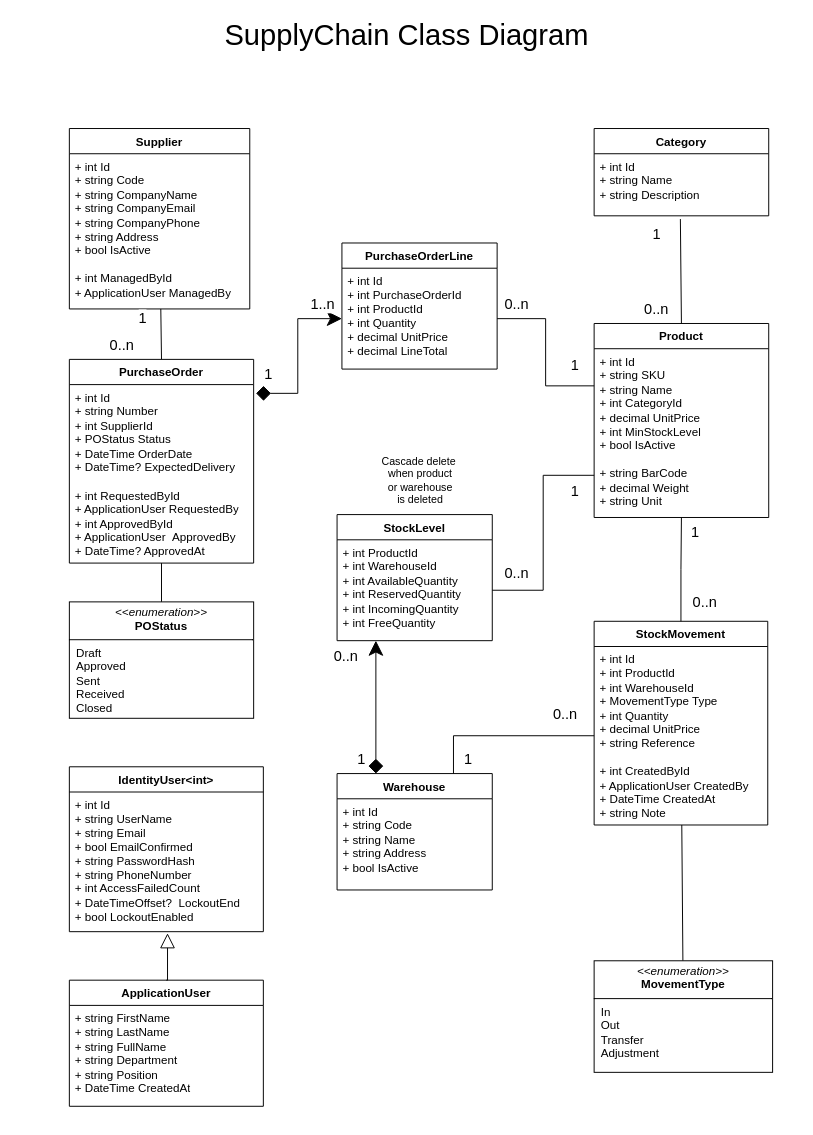
Before: doc/uml/ClassDiagram_SupplyChain.drawio in Juzba/SupplyChain, a draw.io diagram. Source tidied: cells renumbered, new cells numbered last; positions are measured from the earlier drawing's top-left corner, leaving out a move shared by most shapes. Both pictures are drawn from the tidied source at 97%, with x=0, y=0 at pixel (16, 19).
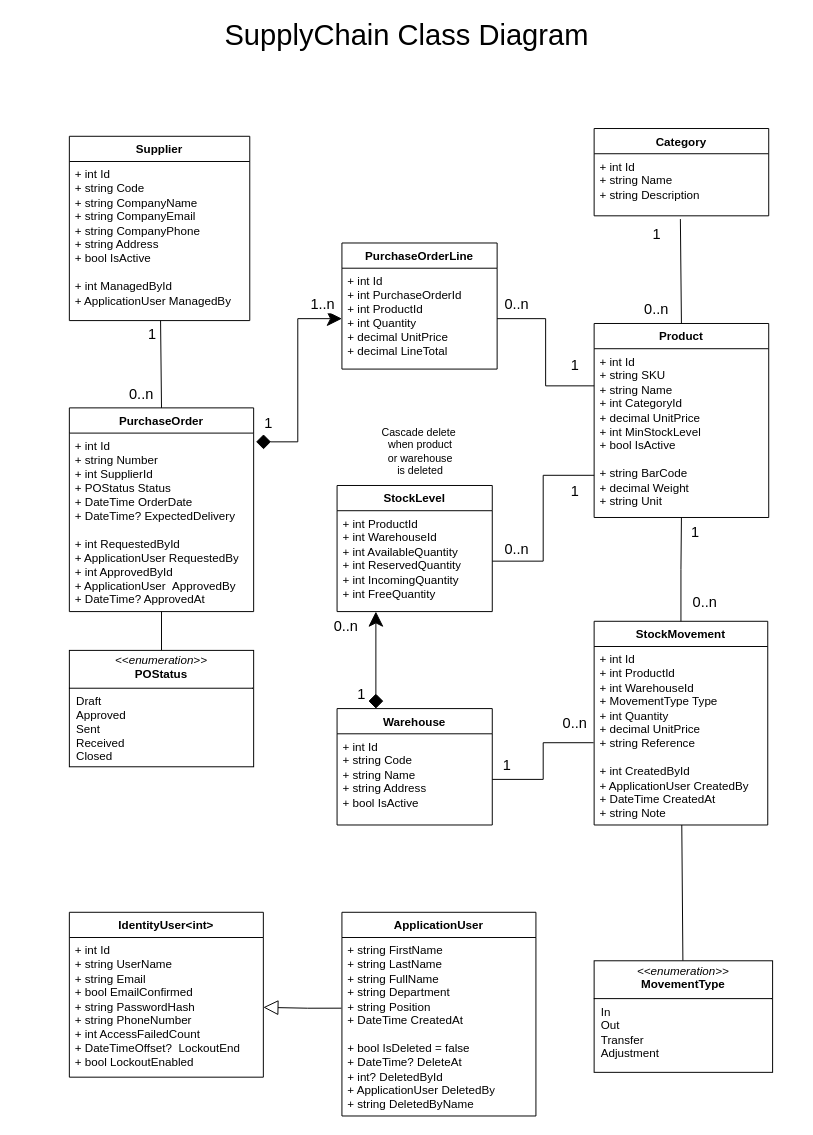
After the change.

Unchanged cells that the change refers to:
```xml
<mxCell id="7" value="+ int Id&lt;div&gt;+ string Code&lt;/div&gt;&lt;div&gt;+ string Name&lt;/div&gt;&lt;div&gt;+ string Address&lt;/div&gt;&lt;div&gt;+ bool IsActive&lt;/div&gt;" style="text;strokeColor=none;fillColor=none;align=left;verticalAlign=top;spacingLeft=4;spacingRight=4;overflow=hidden;portConstraint=eastwest;whiteSpace=wrap;html=1;" parent="6" vertex="1">
  <mxGeometry y="26" width="160" height="94" as="geometry" />
</mxCell>
<mxCell id="10" value="+ int Id&lt;div&gt;+ int ProductId&lt;/div&gt;&lt;div&gt;+ int WarehouseId&lt;/div&gt;&lt;div&gt;+ MovementType Type&lt;/div&gt;&lt;div&gt;+ int Quantity&lt;/div&gt;&lt;div&gt;+ decimal UnitPrice&lt;/div&gt;&lt;div&gt;+ string Reference&lt;/div&gt;&lt;div&gt;&lt;br&gt;&lt;/div&gt;&lt;div&gt;+ int CreatedById&lt;/div&gt;&lt;div&gt;+ ApplicationUser CreatedBy&lt;/div&gt;&lt;div&gt;+ DateTime CreatedAt&lt;/div&gt;&lt;div&gt;+ string Note&lt;/div&gt;" style="text;strokeColor=none;fillColor=none;align=left;verticalAlign=top;spacingLeft=4;spacingRight=4;overflow=hidden;portConstraint=eastwest;whiteSpace=wrap;html=1;" parent="9" vertex="1">
  <mxGeometry y="26" width="179" height="184" as="geometry" />
</mxCell>
<mxCell id="28" value="+ int Id&lt;br&gt;+ string UserName&lt;div&gt;+ string Email&lt;/div&gt;&lt;div&gt;+ bool EmailConfirmed&lt;/div&gt;&lt;div&gt;+ string PasswordHash&lt;/div&gt;&lt;div&gt;+ string PhoneNumber&lt;/div&gt;&lt;div&gt;+ int AccessFailedCount&lt;/div&gt;&lt;div&gt;+ DateTimeOffset?&amp;nbsp; LockoutEnd&lt;/div&gt;&lt;div&gt;+ bool LockoutEnabled&lt;/div&gt;" style="text;strokeColor=none;fillColor=none;align=left;verticalAlign=top;spacingLeft=4;spacingRight=4;overflow=hidden;points=[[0,0.5],[1,0.5]];portConstraint=eastwest;whiteSpace=wrap;html=1;" parent="27" vertex="1">
  <mxGeometry y="26" width="200" height="144" as="geometry" />
</mxCell>
```

What changed in the source:
```diff
@@
     <mxCell id="6" value="Warehouse" style="swimlane;fontStyle=1;align=center;verticalAlign=top;horizontal=1;startSize=26;whiteSpace=wrap;html=1;" parent="1" vertex="1">
-      <mxGeometry x="330" y="777" width="160" height="120" as="geometry" />
+      <mxGeometry x="330" y="710" width="160" height="120" as="geometry" />
     </mxCell>
@@
     <mxCell id="11" value="StockLevel" style="swimlane;fontStyle=1;align=center;verticalAlign=top;horizontal=1;startSize=26;whiteSpace=wrap;html=1;" parent="1" vertex="1">
-      <mxGeometry x="330" y="510" width="160" height="130" as="geometry" />
+      <mxGeometry x="330" y="480" width="160" height="130" as="geometry" />
     </mxCell>
@@
     <mxCell id="17" value="&lt;div&gt;Supplier&lt;/div&gt;" style="swimlane;fontStyle=1;align=center;verticalAlign=top;horizontal=1;startSize=26;whiteSpace=wrap;html=1;" parent="1" vertex="1">
-      <mxGeometry x="54" y="112" width="186" height="186" as="geometry" />
+      <mxGeometry x="54" y="120" width="186" height="190" as="geometry" />
     </mxCell>
     <mxCell id="18" value="+ int Id&lt;div&gt;+ string Code&lt;/div&gt;&lt;div&gt;+ string CompanyName&lt;/div&gt;&lt;div&gt;+ string CompanyEmail&lt;/div&gt;&lt;div&gt;+ string CompanyPhone&lt;/div&gt;&lt;div&gt;+ string Address&lt;/div&gt;&lt;div&gt;+ bool IsActive&lt;/div&gt;&lt;div&gt;&lt;br&gt;&lt;/div&gt;&lt;div&gt;+ int ManagedById&lt;/div&gt;&lt;div&gt;+ ApplicationUser ManagedBy&lt;/div&gt;" style="text;strokeColor=none;fillColor=none;align=left;verticalAlign=top;spacingLeft=4;spacingRight=4;overflow=hidden;whiteSpace=wrap;html=1;" parent="17" vertex="1">
-      <mxGeometry y="26" width="186" height="160" as="geometry" />
+      <mxGeometry y="26" width="186" height="164" as="geometry" />
     </mxCell>
@@
     <mxCell id="20" value="&lt;div&gt;PurchaseOrder&lt;/div&gt;" style="swimlane;fontStyle=1;align=center;verticalAlign=top;horizontal=1;startSize=26;whiteSpace=wrap;html=1;" parent="1" vertex="1">
-      <mxGeometry x="54" y="350" width="190" height="210" as="geometry" />
+      <mxGeometry x="54" y="400" width="190" height="210" as="geometry" />
     </mxCell>
@@
     <mxCell id="25" value="&lt;p style=&quot;margin:0px;margin-top:4px;text-align:center;&quot;&gt;&lt;i&gt;&amp;lt;&amp;lt;enumeration&amp;gt;&amp;gt;&lt;/i&gt;&lt;br&gt;&lt;b&gt;POStatus&lt;/b&gt;&lt;/p&gt;&lt;hr size=&quot;1&quot; style=&quot;border-style:solid;&quot;&gt;&lt;p style=&quot;margin:0px;margin-left:4px;&quot;&gt;&amp;nbsp;Draft&lt;/p&gt;&lt;p style=&quot;margin:0px;margin-left:4px;&quot;&gt;&amp;nbsp;Approved&lt;/p&gt;&lt;p style=&quot;margin:0px;margin-left:4px;&quot;&gt;&amp;nbsp;Sent&lt;/p&gt;&lt;p style=&quot;margin:0px;margin-left:4px;&quot;&gt;&amp;nbsp;Received&lt;/p&gt;&lt;p style=&quot;margin:0px;margin-left:4px;&quot;&gt;&amp;nbsp;Closed&lt;/p&gt;&lt;p style=&quot;margin:0px;margin-left:4px;&quot;&gt;&lt;br&gt;&lt;/p&gt;&lt;p style=&quot;margin:0px;margin-left:4px;&quot;&gt;&lt;br&gt;&lt;/p&gt;" style="verticalAlign=top;align=left;overflow=fill;html=1;whiteSpace=wrap;" parent="1" vertex="1">
-      <mxGeometry x="54" y="600" width="190" height="120" as="geometry" />
+      <mxGeometry x="54" y="650" width="190" height="120" as="geometry" />
     </mxCell>
@@
     <mxCell id="27" value="IdentityUser&amp;lt;int&amp;gt;" style="swimlane;fontStyle=1;align=center;verticalAlign=top;horizontal=1;startSize=26;whiteSpace=wrap;html=1;" parent="1" vertex="1">
-      <mxGeometry x="54" y="770" width="200" height="170" as="geometry" />
+      <mxGeometry x="54" y="920" width="200" height="170" as="geometry" />
     </mxCell>
@@
     <mxCell id="29" value="ApplicationUser" style="swimlane;fontStyle=1;align=center;verticalAlign=top;horizontal=1;startSize=26;whiteSpace=wrap;html=1;" parent="1" vertex="1">
-      <mxGeometry x="54" y="990" width="200" height="130" as="geometry" />
+      <mxGeometry x="335" y="920" width="200" height="210" as="geometry" />
     </mxCell>
-    <mxCell id="30" value="+ string FirstName&lt;div&gt;+ string LastName&lt;/div&gt;&lt;div&gt;+ string FullName&lt;div&gt;&lt;span style=&quot;background-color: transparent; color: light-dark(rgb(0, 0, 0), rgb(255, 255, 255));&quot;&gt;+ string Department&lt;/span&gt;&lt;/div&gt;&lt;/div&gt;&lt;div&gt;+ string Position&lt;/div&gt;&lt;div&gt;+ DateTime CreatedAt&lt;/div&gt;" style="text;strokeColor=none;fillColor=none;align=left;verticalAlign=top;spacingLeft=4;spacingRight=4;overflow=hidden;points=[[0,0.5],[1,0.5]];portConstraint=eastwest;whiteSpace=wrap;html=1;" parent="29" vertex="1">
-      <mxGeometry y="26" width="200" height="104" as="geometry" />
+    <mxCell id="30" value="+ string FirstName&lt;div&gt;+ string LastName&lt;/div&gt;&lt;div&gt;+ string FullName&lt;div&gt;&lt;span style=&quot;background-color: transparent; color: light-dark(rgb(0, 0, 0), rgb(255, 255, 255));&quot;&gt;+ string Department&lt;/span&gt;&lt;/div&gt;&lt;/div&gt;&lt;div&gt;+ string Position&lt;/div&gt;&lt;div&gt;+ DateTime CreatedAt&lt;/div&gt;&lt;div&gt;&lt;br&gt;&lt;/div&gt;&lt;div&gt;&lt;div&gt;+ bool IsDeleted = false&lt;/div&gt;&lt;div&gt;+ DateTime? DeleteAt&lt;/div&gt;&lt;div&gt;+ int? DeletedById&lt;/div&gt;&lt;div&gt;+ ApplicationUser DeletedBy&lt;/div&gt;&lt;div&gt;+ string DeletedByName&lt;/div&gt;&lt;/div&gt;" style="text;strokeColor=none;fillColor=none;align=left;verticalAlign=top;spacingLeft=4;spacingRight=4;overflow=hidden;portConstraint=eastwest;whiteSpace=wrap;html=1;" parent="29" vertex="1">
+      <mxGeometry y="26" width="200" height="184" as="geometry" />
     </mxCell>
-    <mxCell id="31" style="edgeStyle=orthogonalEdgeStyle;shape=connector;rounded=0;jettySize=auto;html=1;exitX=0.5;exitY=0;exitDx=0;exitDy=0;entryX=0.506;entryY=1.011;entryDx=0;entryDy=0;entryPerimeter=0;strokeColor=default;align=center;verticalAlign=middle;fontFamily=Helvetica;fontSize=11;fontColor=default;labelBackgroundColor=default;startSize=13;endArrow=block;endSize=13;endFill=0;" parent="1" edge="1" source="29" target="28">
+    <mxCell id="31" style="edgeStyle=orthogonalEdgeStyle;shape=connector;rounded=0;jettySize=auto;html=1;entryX=1;entryY=0.5;entryDx=0;entryDy=0;strokeColor=default;align=center;verticalAlign=middle;fontFamily=Helvetica;fontSize=11;fontColor=default;labelBackgroundColor=default;startSize=13;endArrow=block;endSize=13;endFill=0;exitX=-0.003;exitY=0.396;exitDx=0;exitDy=0;exitPerimeter=0;" parent="1" edge="1" source="30" target="28">
       <mxGeometry relative="1" as="geometry" />
     </mxCell>
     <mxCell id="32" value="0..n" style="edgeLabel;html=1;align=left;verticalAlign=top;fontSize=15;" parent="1" vertex="1">
-      <mxGeometry x="94" y="320" as="geometry" />
+      <mxGeometry x="114" y="370" as="geometry" />
     </mxCell>
     <mxCell id="33" value="1" style="edgeLabel;html=1;align=right;verticalAlign=top;fontSize=15;" parent="1" vertex="1">
-      <mxGeometry x="134" y="292" as="geometry" />
+      <mxGeometry x="144" y="308" as="geometry" />
     </mxCell>
@@
     <mxCell id="37" value="0..n" style="text;html=1;align=center;verticalAlign=middle;strokeColor=none;fillColor=none;fontFamily=Helvetica;fontSize=15;fontColor=default;labelBackgroundColor=default;" parent="1" vertex="1">
-      <mxGeometry x="490" y="555" width="50" height="30" as="geometry" />
+      <mxGeometry x="490" y="530" width="50" height="30" as="geometry" />
     </mxCell>
@@
     <mxCell id="40" value="0..n" style="text;html=1;align=center;verticalAlign=middle;strokeColor=none;fillColor=none;fontFamily=Helvetica;fontSize=15;fontColor=default;labelBackgroundColor=default;" parent="1" vertex="1">
-      <mxGeometry x="314" y="640" width="50" height="30" as="geometry" />
+      <mxGeometry x="314" y="610" width="50" height="30" as="geometry" />
     </mxCell>
-    <mxCell id="41" style="edgeStyle=orthogonalEdgeStyle;shape=connector;rounded=0;jettySize=auto;html=1;exitX=0;exitY=0.5;exitDx=0;exitDy=0;entryX=0.75;entryY=0;entryDx=0;entryDy=0;strokeColor=default;align=center;verticalAlign=middle;fontFamily=Helvetica;fontSize=11;fontColor=default;labelBackgroundColor=default;startSize=13;endArrow=none;endSize=13;startArrow=none;startFill=0;endFill=0;" parent="1" edge="1" source="10" target="6">
-      <mxGeometry relative="1" as="geometry" />
-    </mxCell>
     <mxCell id="42" value="1" style="text;html=1;align=center;verticalAlign=middle;strokeColor=none;fillColor=none;fontFamily=Helvetica;fontSize=15;fontColor=default;labelBackgroundColor=default;" parent="1" vertex="1">
-      <mxGeometry x="450" y="747" width="30" height="30" as="geometry" />
+      <mxGeometry x="490" y="753" width="30" height="30" as="geometry" />
     </mxCell>
     <mxCell id="43" value="0..n" style="text;html=1;align=center;verticalAlign=middle;strokeColor=none;fillColor=none;fontFamily=Helvetica;fontSize=15;fontColor=default;labelBackgroundColor=default;" parent="1" vertex="1">
-      <mxGeometry x="540" y="700" width="50" height="30" as="geometry" />
+      <mxGeometry x="550" y="710" width="50" height="30" as="geometry" />
     </mxCell>
     <mxCell id="44" value="1" style="text;html=1;align=center;verticalAlign=middle;strokeColor=none;fillColor=none;fontFamily=Helvetica;fontSize=15;fontColor=default;labelBackgroundColor=default;" parent="1" vertex="1">
-      <mxGeometry x="340" y="747" width="30" height="30" as="geometry" />
+      <mxGeometry x="340" y="680" width="30" height="30" as="geometry" />
     </mxCell>
     <mxCell id="45" value="1" style="text;html=1;align=center;verticalAlign=middle;strokeColor=none;fillColor=none;fontFamily=Helvetica;fontSize=15;fontColor=default;labelBackgroundColor=default;" parent="1" vertex="1">
-      <mxGeometry x="244" y="350" width="30" height="30" as="geometry" />
+      <mxGeometry x="244" y="400" width="30" height="30" as="geometry" />
     </mxCell>
@@
     <mxCell id="52" value="Cascade delete&lt;div style=&quot;text-wrap-mode: wrap;&quot;&gt;&lt;span style=&quot;text-wrap-mode: nowrap;&quot;&gt;&amp;nbsp;when product&lt;/span&gt;&lt;/div&gt;&lt;div style=&quot;text-wrap-mode: wrap;&quot;&gt;&lt;span style=&quot;text-wrap-mode: nowrap;&quot;&gt;&amp;nbsp;or warehouse&lt;/span&gt;&lt;/div&gt;&lt;div style=&quot;text-wrap-mode: wrap;&quot;&gt;&lt;span style=&quot;text-wrap-mode: nowrap;&quot;&gt;&amp;nbsp;is deleted&lt;/span&gt;&lt;/div&gt;" style="text;html=1;align=center;verticalAlign=middle;strokeColor=none;fillColor=none;fontFamily=Helvetica;fontSize=11;fontColor=default;labelBackgroundColor=default;" parent="1" vertex="1">
-      <mxGeometry x="364" y="440" width="100" height="70" as="geometry" />
+      <mxGeometry x="364" y="410" width="100" height="70" as="geometry" />
     </mxCell>
+    <mxCell id="53" style="edgeStyle=orthogonalEdgeStyle;rounded=0;jettySize=auto;html=1;entryX=-0.003;entryY=0.539;entryDx=0;entryDy=0;endArrow=none;endFill=0;entryPerimeter=0;" parent="1" edge="1" source="7" target="10">
+      <mxGeometry relative="1" as="geometry" />
+    </mxCell>
```
